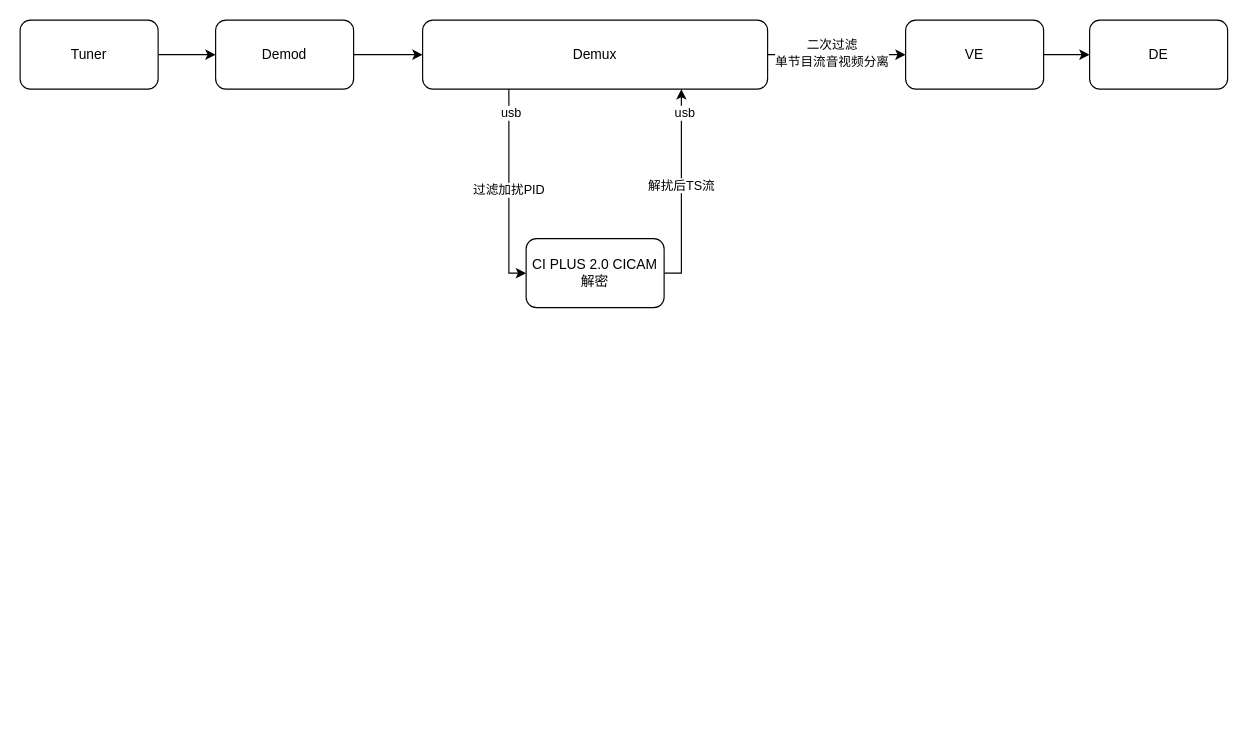
Above: CI PLUS 2.0.drawio in qjzh0603/drawio (draw.io), before the change. Source tidied: cells renumbered, new cells numbered last; positions are measured from the earlier drawing's top-left corner, leaving out a move shared by most shapes. Both pictures are drawn from the tidied source at 115%, with x=0, y=0 at pixel (20, 20).
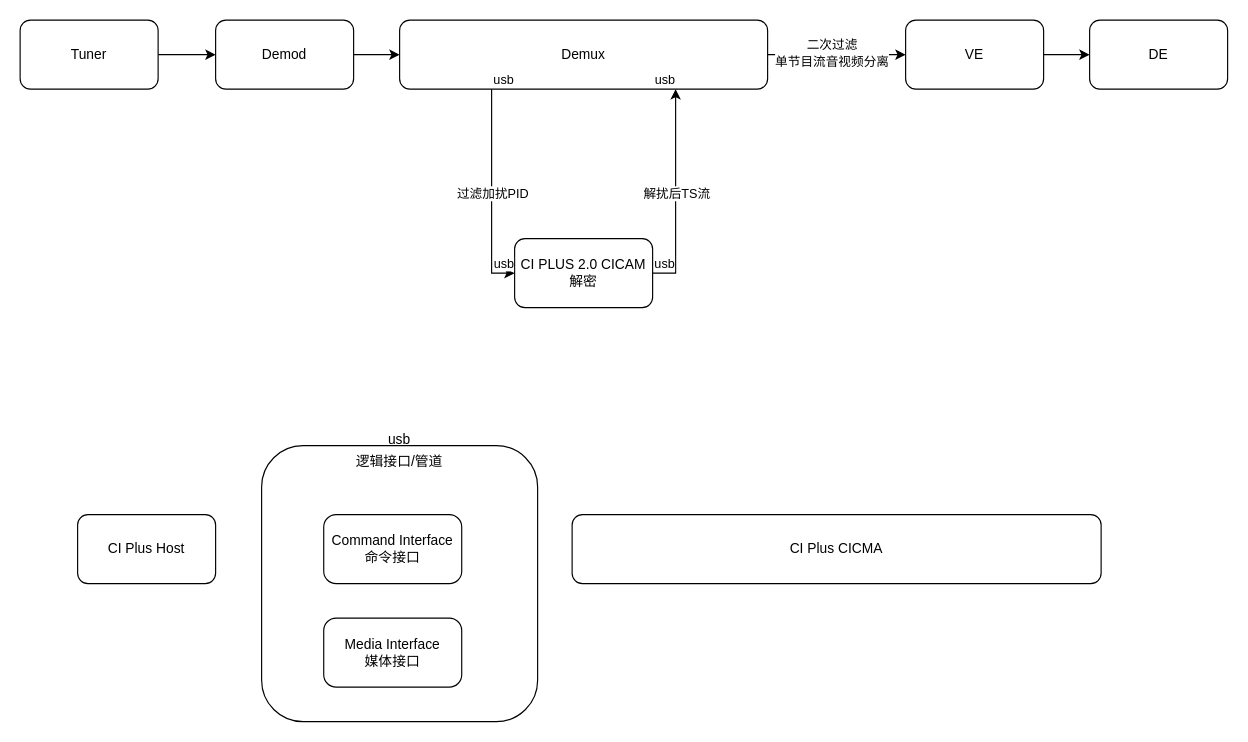
The same diagram, later.

What changed in the source:
```diff
@@
+    <mxCell id="18" value="逻辑接口/管道" style="rounded=1;whiteSpace=wrap;html=1;fillColor=none;verticalAlign=top;" parent="1" vertex="1">
+      <mxGeometry x="210" y="370" width="240" height="240" as="geometry" />
+    </mxCell>
@@
-    <mxCell id="6" value="过滤加扰PID" style="edgeStyle=orthogonalEdgeStyle;rounded=0;jettySize=auto;html=1;exitX=0.25;exitY=1;exitDx=0;exitDy=0;entryX=0;entryY=0.5;entryDx=0;entryDy=0;" parent="1" edge="1" source="10" target="14">
-      <mxGeometry x="0.01" relative="1" as="geometry">
-        <Array as="points">
-          <mxPoint x="425" y="220" />
-        </Array>
-      </mxGeometry>
-    </mxCell>
-    <mxCell id="7" value="usb" style="edgeLabel;html=1;align=center;verticalAlign=middle;" parent="6" vertex="1">
-      <mxGeometry x="-0.22" y="1" relative="1" as="geometry">
-        <mxPoint y="-48" as="offset" />
-      </mxGeometry>
-    </mxCell>
@@
     <mxCell id="10" value="Demux" style="rounded=1;whiteSpace=wrap;html=1;" parent="1" vertex="1">
-      <mxGeometry x="350" width="300" height="60" as="geometry" />
+      <mxGeometry x="330" width="320" height="60" as="geometry" />
     </mxCell>
-    <mxCell id="11" style="edgeStyle=orthogonalEdgeStyle;rounded=0;jettySize=auto;html=1;exitX=1;exitY=0.5;exitDx=0;exitDy=0;entryX=0.75;entryY=1;entryDx=0;entryDy=0;" parent="1" edge="1" source="14" target="10">
-      <mxGeometry relative="1" as="geometry">
-        <Array as="points">
-          <mxPoint x="575" y="220" />
-        </Array>
-      </mxGeometry>
-    </mxCell>
-    <mxCell id="12" value="usb" style="edgeLabel;html=1;align=center;verticalAlign=middle;" parent="11" vertex="1">
-      <mxGeometry x="0.15" y="-2" relative="1" as="geometry">
-        <mxPoint y="-54" as="offset" />
-      </mxGeometry>
-    </mxCell>
-    <mxCell id="13" value="解扰后TS流" style="edgeLabel;html=1;align=center;verticalAlign=middle;" parent="11" vertex="1">
-      <mxGeometry x="0.05" y="1" relative="1" as="geometry" />
-    </mxCell>
     <mxCell id="14" value="CI PLUS 2.0 CICAM&lt;div&gt;解密&lt;/div&gt;" style="rounded=1;whiteSpace=wrap;html=1;" parent="1" vertex="1">
-      <mxGeometry x="440" y="190" width="120" height="60" as="geometry" />
+      <mxGeometry x="430" y="190" width="120" height="60" as="geometry" />
     </mxCell>
@@
+    <mxCell id="19" value="CI Plus Host" style="rounded=1;whiteSpace=wrap;html=1;" parent="1" vertex="1">
+      <mxGeometry x="50" y="430" width="120" height="60" as="geometry" />
+    </mxCell>
+    <mxCell id="20" value="CI Plus CICMA" style="rounded=1;whiteSpace=wrap;html=1;" parent="1" vertex="1">
+      <mxGeometry x="480" y="430" width="460" height="60" as="geometry" />
+    </mxCell>
+    <mxCell id="21" value="usb" style="text;html=1;whiteSpace=wrap;strokeColor=none;fillColor=none;align=center;verticalAlign=middle;rounded=0;" parent="1" vertex="1">
+      <mxGeometry x="300" y="350" width="60" height="30" as="geometry" />
+    </mxCell>
+    <mxCell id="22" value="Command Interface&lt;div&gt;命令接口&lt;/div&gt;" style="rounded=1;whiteSpace=wrap;html=1;arcSize=18;" parent="1" vertex="1">
+      <mxGeometry x="264" y="430" width="120" height="60" as="geometry" />
+    </mxCell>
+    <mxCell id="23" value="Media Interface&lt;div&gt;媒体接口&lt;/div&gt;" style="rounded=1;whiteSpace=wrap;html=1;arcSize=18;" parent="1" vertex="1">
+      <mxGeometry x="264" y="520" width="120" height="60" as="geometry" />
+    </mxCell>
+    <mxCell id="24" style="endArrow=classic;html=1;rounded=0;edgeStyle=orthogonalEdgeStyle;exitX=0.25;exitY=1;exitDx=0;exitDy=0;entryX=0;entryY=0.5;entryDx=0;entryDy=0;" parent="1" edge="1" source="10" target="14">
+      <mxGeometry relative="1" as="geometry" />
+    </mxCell>
+    <mxCell id="6" value="过滤加扰PID" style="edgeLabel;html=1;align=center;verticalAlign=middle;" parent="24" vertex="1">
+      <mxGeometry relative="1" as="geometry" />
+    </mxCell>
+    <mxCell id="25" value="usb" style="edgeLabel;html=1;align=left;verticalAlign=bottom;" parent="24" vertex="1">
+      <mxGeometry x="-1" relative="1" as="geometry" />
+    </mxCell>
+    <mxCell id="26" value="usb" style="edgeLabel;html=1;align=right;verticalAlign=bottom;" parent="24" vertex="1">
+      <mxGeometry x="1" relative="1" as="geometry" />
+    </mxCell>
+    <mxCell id="11" style="endArrow=classic;html=1;rounded=0;edgeStyle=orthogonalEdgeStyle;exitX=1;exitY=0.5;exitDx=0;exitDy=0;entryX=0.75;entryY=1;entryDx=0;entryDy=0;" parent="1" edge="1" source="14" target="10">
+      <mxGeometry relative="1" as="geometry">
+        <Array as="points">
+          <mxPoint x="570" y="220" />
+        </Array>
+      </mxGeometry>
+    </mxCell>
+    <mxCell id="13" value="解扰后TS流" style="edgeLabel;html=1;align=center;verticalAlign=middle;" parent="11" vertex="1">
+      <mxGeometry relative="1" as="geometry" />
+    </mxCell>
+    <mxCell id="27" value="usb" style="edgeLabel;html=1;align=left;verticalAlign=bottom;" parent="11" vertex="1">
+      <mxGeometry x="-1" relative="1" as="geometry" />
+    </mxCell>
+    <mxCell id="28" value="usb" style="edgeLabel;html=1;align=right;verticalAlign=bottom;" parent="11" vertex="1">
+      <mxGeometry x="1" relative="1" as="geometry" />
+    </mxCell>
```
